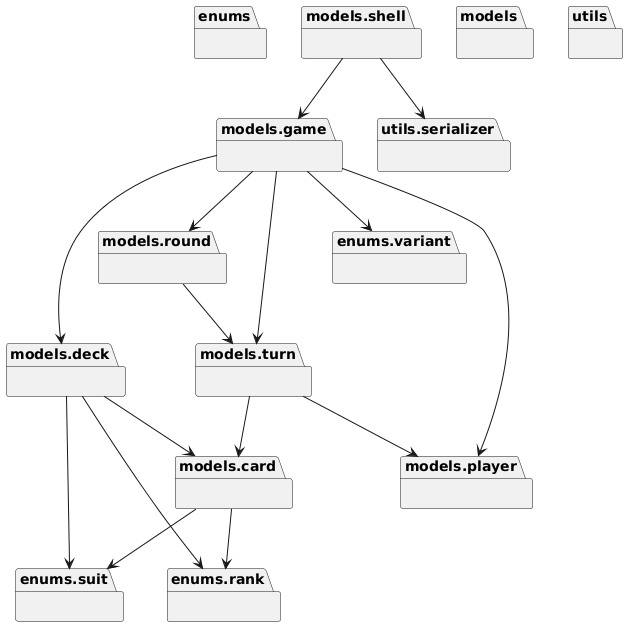
This is docs/uml/png/packages_war.png from b3h3m0th/war, a PlantUML export, as it was before one commit. Its diagram source:
```plantuml
@startuml
set namespaceSeparator none
package "enums" as enums {
}
package "enums.rank" as enums.rank {
}
package "enums.suit" as enums.suit {
}
package "enums.variant" as enums.variant {
}
package "models" as models {
}
package "models.card" as models.card {
}
package "models.deck" as models.deck {
}
package "models.game" as models.game {
}
package "models.player" as models.player {
}
package "models.round" as models.round {
}
package "models.shell" as models.shell {
}
package "models.turn" as models.turn {
}
package "utils" as utils {
}
package "utils.serializer" as utils.serializer {
}
models.card --> enums.rank
models.card --> enums.suit
models.deck --> enums.rank
models.deck --> enums.suit
models.deck --> models.card
models.game --> enums.variant
models.game --> models.deck
models.game --> models.player
models.game --> models.round
models.game --> models.turn
models.round --> models.turn
models.shell --> models.game
models.shell --> utils.serializer
models.turn --> models.card
models.turn --> models.player
@enduml
```
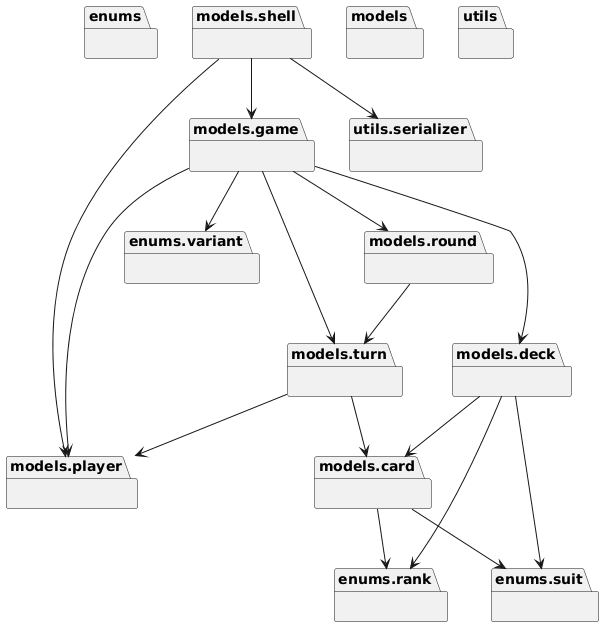
The same diagram one commit later.

What changed in the source:
```diff
@@ -40,6 +40,7 @@
 models.game --> models.turn
 models.round --> models.turn
 models.shell --> models.game
+models.shell --> models.player
 models.shell --> utils.serializer
 models.turn --> models.card
 models.turn --> models.player
```
